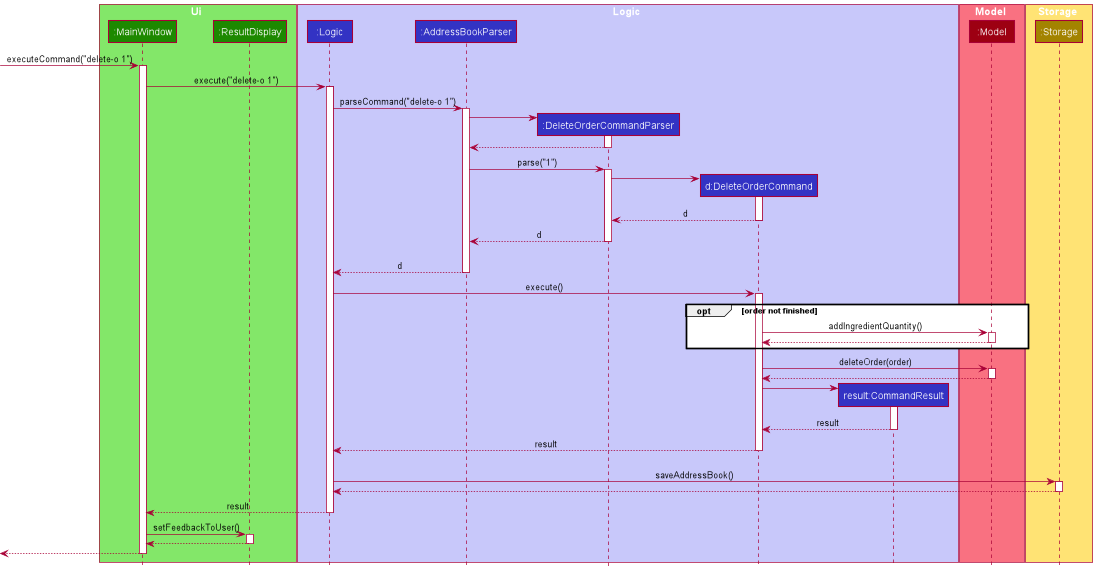
The PlantUML diagram docs/images/DeleteOrderSequenceDiagram.png in zognin/tp, before a commit.
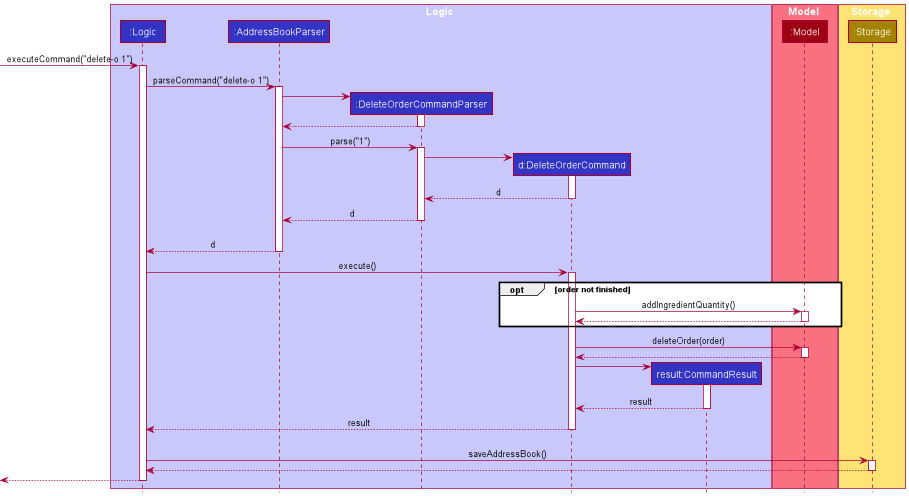
Later version of the same file.

Change to the diagram source:
```diff
@@ -1,13 +1,5 @@
 @startuml
 !include style.puml
-
-box Ui UI_COLOR_T1
-participant ":MainWindow" as MainWindow UI_COLOR
-participant ":ResultDisplay" as ResultDisplay UI_COLOR
-end box
-[-> MainWindow : executeCommand("delete-o 1")
-activate MainWindow
-
 box Logic LOGIC_COLOR_T1
 participant ":Logic" as Logic LOGIC_COLOR
 participant ":AddressBookParser" as AddressBookParser LOGIC_COLOR
@@ -24,7 +16,7 @@
 participant ":Storage" as Storage STORAGE_COLOR
 end box
 
-MainWindow -> Logic : execute("delete-o 1")
+[-> Logic : executeCommand("delete-o 1")
 activate Logic
 
 Logic -> AddressBookParser : parseCommand("delete-o 1")
@@ -88,15 +80,6 @@
 Storage --> Logic
 deactivate Storage
 
-Logic --> MainWindow : result
+[<--Logic
 deactivate Logic
-
-MainWindow -> ResultDisplay : setFeedbackToUser()
-activate ResultDisplay
-
-ResultDisplay --> MainWindow
-deactivate ResultDisplay
-
-[<--MainWindow
-deactivate MainWindow
 @enduml
```
